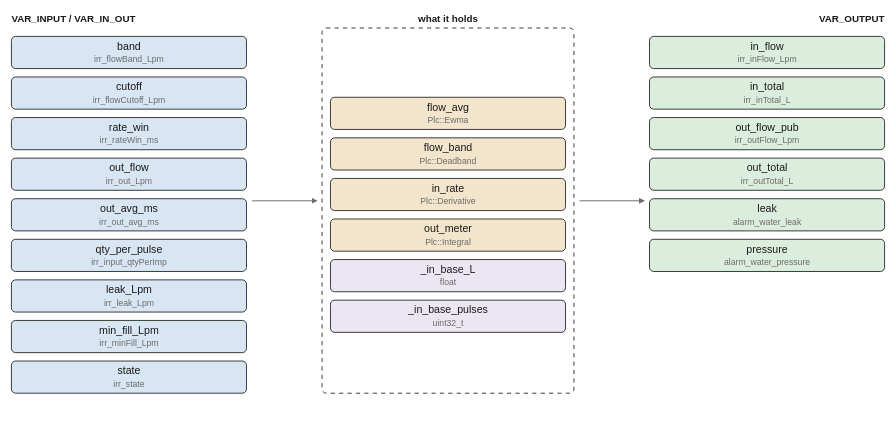
pstch/botanik2 keeps this draw.io diagram as images/logic/irr_meters.drawio.svg. Above is the earlier version. Source tidied: cells renumbered, new cells last; positions are measured from the earlier drawing's top-left corner, leaving out a move shared by most shapes.
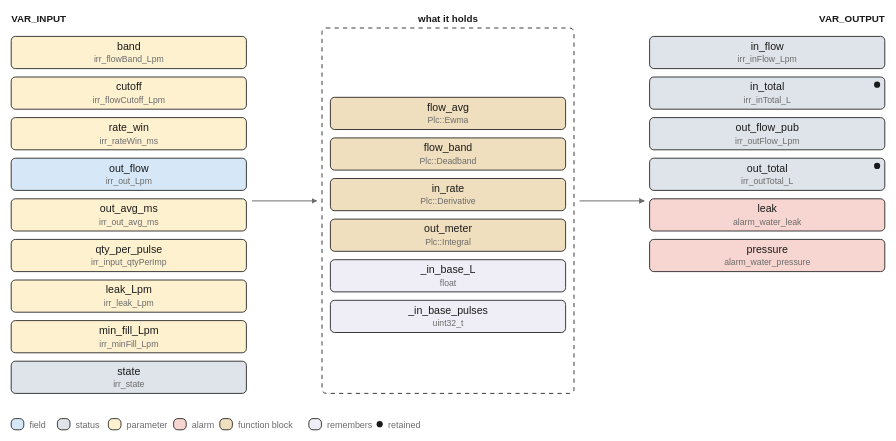
Above is the later version.

What changed in the source:
```diff
@@ -2,8 +2,8 @@
   <root>
     <mxCell id="0" />
     <mxCell id="1" parent="0" />
-    <mxCell id="2" value="VAR_INPUT / VAR_IN_OUT" style="text;html=1;fontSize=7;fontColor=#1a1a1a;align=left;fontStyle=1;" parent="1" vertex="1">
-      <mxGeometry width="110" height="11" as="geometry" />
+    <mxCell id="2" value="VAR_INPUT" style="text;html=1;fontSize=7;fontColor=#1a1a1a;align=left;fontStyle=1;" parent="1" vertex="1">
+      <mxGeometry width="45" height="11" as="geometry" />
     </mxCell>
     <mxCell id="3" value="what it holds" style="text;html=1;fontSize=7;fontColor=#1a1a1a;align=center;fontStyle=1;" parent="1" vertex="1">
       <mxGeometry x="312" width="65" height="11" as="geometry" />
@@ -11,83 +11,131 @@
     <mxCell id="4" value="VAR_OUTPUT" style="text;html=1;fontSize=7;fontColor=#1a1a1a;align=left;fontStyle=1;" parent="1" vertex="1">
       <mxGeometry x="624" width="50" height="11" as="geometry" />
     </mxCell>
-    <mxCell id="5" value="band" style="rounded=1;fillColor=#d8e6f3;strokeColor=#1a1a1a;whiteSpace=wrap;html=1;fontSize=8;" parent="1" vertex="1">
+    <mxCell id="5" value="band" style="rounded=1;fillColor=#fdf1d0;strokeColor=#1a1a1a;whiteSpace=wrap;html=1;fontSize=8;" parent="1" vertex="1">
       <mxGeometry y="17" width="168" height="23" as="geometry" />
     </mxCell>
-    <mxCell id="6" value="cutoff" style="rounded=1;fillColor=#d8e6f3;strokeColor=#1a1a1a;whiteSpace=wrap;html=1;fontSize=8;" parent="1" vertex="1">
+    <mxCell id="6" value="cutoff" style="rounded=1;fillColor=#fdf1d0;strokeColor=#1a1a1a;whiteSpace=wrap;html=1;fontSize=8;" parent="1" vertex="1">
       <mxGeometry y="46" width="168" height="23" as="geometry" />
     </mxCell>
-    <mxCell id="7" value="rate_win" style="rounded=1;fillColor=#d8e6f3;strokeColor=#1a1a1a;whiteSpace=wrap;html=1;fontSize=8;" parent="1" vertex="1">
+    <mxCell id="7" value="rate_win" style="rounded=1;fillColor=#fdf1d0;strokeColor=#1a1a1a;whiteSpace=wrap;html=1;fontSize=8;" parent="1" vertex="1">
       <mxGeometry y="75" width="168" height="23" as="geometry" />
     </mxCell>
-    <mxCell id="8" value="out_flow" style="rounded=1;fillColor=#d8e6f3;strokeColor=#1a1a1a;whiteSpace=wrap;html=1;fontSize=8;" parent="1" vertex="1">
+    <mxCell id="8" value="out_flow" style="rounded=1;fillColor=#d6e8f7;strokeColor=#1a1a1a;whiteSpace=wrap;html=1;fontSize=8;" parent="1" vertex="1">
       <mxGeometry y="104" width="168" height="23" as="geometry" />
     </mxCell>
-    <mxCell id="9" value="out_avg_ms" style="rounded=1;fillColor=#d8e6f3;strokeColor=#1a1a1a;whiteSpace=wrap;html=1;fontSize=8;" parent="1" vertex="1">
+    <mxCell id="9" value="out_avg_ms" style="rounded=1;fillColor=#fdf1d0;strokeColor=#1a1a1a;whiteSpace=wrap;html=1;fontSize=8;" parent="1" vertex="1">
       <mxGeometry y="133" width="168" height="23" as="geometry" />
     </mxCell>
-    <mxCell id="10" value="qty_per_pulse" style="rounded=1;fillColor=#d8e6f3;strokeColor=#1a1a1a;whiteSpace=wrap;html=1;fontSize=8;" parent="1" vertex="1">
+    <mxCell id="10" value="qty_per_pulse" style="rounded=1;fillColor=#fdf1d0;strokeColor=#1a1a1a;whiteSpace=wrap;html=1;fontSize=8;" parent="1" vertex="1">
       <mxGeometry y="162" width="168" height="23" as="geometry" />
     </mxCell>
-    <mxCell id="11" value="leak_Lpm" style="rounded=1;fillColor=#d8e6f3;strokeColor=#1a1a1a;whiteSpace=wrap;html=1;fontSize=8;" parent="1" vertex="1">
+    <mxCell id="11" value="leak_Lpm" style="rounded=1;fillColor=#fdf1d0;strokeColor=#1a1a1a;whiteSpace=wrap;html=1;fontSize=8;" parent="1" vertex="1">
       <mxGeometry y="191" width="168" height="23" as="geometry" />
     </mxCell>
-    <mxCell id="12" value="min_fill_Lpm" style="rounded=1;fillColor=#d8e6f3;strokeColor=#1a1a1a;whiteSpace=wrap;html=1;fontSize=8;" parent="1" vertex="1">
+    <mxCell id="12" value="min_fill_Lpm" style="rounded=1;fillColor=#fdf1d0;strokeColor=#1a1a1a;whiteSpace=wrap;html=1;fontSize=8;" parent="1" vertex="1">
       <mxGeometry y="220" width="168" height="23" as="geometry" />
     </mxCell>
-    <mxCell id="13" value="state" style="rounded=1;fillColor=#d8e6f3;strokeColor=#1a1a1a;whiteSpace=wrap;html=1;fontSize=8;" parent="1" vertex="1">
+    <mxCell id="13" value="state" style="rounded=1;fillColor=#dfe4ea;strokeColor=#1a1a1a;whiteSpace=wrap;html=1;fontSize=8;" parent="1" vertex="1">
       <mxGeometry y="249" width="168" height="23" as="geometry" />
     </mxCell>
-    <mxCell id="14" value="in_flow" style="rounded=1;fillColor=#dbeedd;strokeColor=#1a1a1a;whiteSpace=wrap;html=1;fontSize=8;" parent="1" vertex="1">
+    <mxCell id="14" value="in_flow" style="rounded=1;fillColor=#dfe4ea;strokeColor=#1a1a1a;whiteSpace=wrap;html=1;fontSize=8;" parent="1" vertex="1">
       <mxGeometry x="456" y="17" width="168" height="23" as="geometry" />
     </mxCell>
-    <mxCell id="15" value="in_total" style="rounded=1;fillColor=#dbeedd;strokeColor=#1a1a1a;whiteSpace=wrap;html=1;fontSize=8;" parent="1" vertex="1">
+    <mxCell id="15" value="in_total" style="rounded=1;fillColor=#dfe4ea;strokeColor=#1a1a1a;whiteSpace=wrap;html=1;fontSize=8;" parent="1" vertex="1">
       <mxGeometry x="456" y="46" width="168" height="23" as="geometry" />
     </mxCell>
-    <mxCell id="16" value="out_flow_pub" style="rounded=1;fillColor=#dbeedd;strokeColor=#1a1a1a;whiteSpace=wrap;html=1;fontSize=8;" parent="1" vertex="1">
-      <mxGeometry x="456" y="75" width="168" height="23" as="geometry" />
-    </mxCell>
+    <mxCell id="29" style="ellipse;fillColor=#1a1a1a;strokeColor=none;" parent="1" vertex="1">
+      <mxGeometry x="616.3" y="49.3" width="4.4" height="4.4" as="geometry" />
+    </mxCell>
-    <mxCell id="17" value="out_total" style="rounded=1;fillColor=#dbeedd;strokeColor=#1a1a1a;whiteSpace=wrap;html=1;fontSize=8;" parent="1" vertex="1">
-      <mxGeometry x="456" y="104" width="168" height="23" as="geometry" />
+    <mxCell id="17" value="out_flow_pub" style="rounded=1;fillColor=#dfe4ea;strokeColor=#1a1a1a;whiteSpace=wrap;html=1;fontSize=8;" parent="1" vertex="1">
+      <mxGeometry x="456" y="75" width="168" height="23" as="geometry" />
     </mxCell>
-    <mxCell id="18" value="leak" style="rounded=1;fillColor=#dbeedd;strokeColor=#1a1a1a;whiteSpace=wrap;html=1;fontSize=8;" parent="1" vertex="1">
-      <mxGeometry x="456" y="133" width="168" height="23" as="geometry" />
+    <mxCell id="18" value="out_total" style="rounded=1;fillColor=#dfe4ea;strokeColor=#1a1a1a;whiteSpace=wrap;html=1;fontSize=8;" parent="1" vertex="1">
+      <mxGeometry x="456" y="104" width="168" height="23" as="geometry" />
     </mxCell>
-    <mxCell id="19" value="pressure" style="rounded=1;fillColor=#dbeedd;strokeColor=#1a1a1a;whiteSpace=wrap;html=1;fontSize=8;" parent="1" vertex="1">
-      <mxGeometry x="456" y="162" width="168" height="23" as="geometry" />
-    </mxCell>
+    <mxCell id="30" style="ellipse;fillColor=#1a1a1a;strokeColor=none;" parent="1" vertex="1">
+      <mxGeometry x="616.3" y="107.3" width="4.4" height="4.4" as="geometry" />
+    </mxCell>
-    <mxCell id="20" style="rounded=1;fillColor=#ffffff;strokeColor=#1a1a1a;whiteSpace=wrap;html=1;fontSize=8;dashed=1;" parent="1" vertex="1">
-      <mxGeometry x="222" y="11" width="180" height="261" as="geometry" />
+    <mxCell id="20" value="leak" style="rounded=1;fillColor=#f7d5d1;strokeColor=#1a1a1a;whiteSpace=wrap;html=1;fontSize=8;" parent="1" vertex="1">
+      <mxGeometry x="456" y="133" width="168" height="23" as="geometry" />
     </mxCell>
-    <mxCell id="21" value="flow_avg" style="rounded=1;fillColor=#f2e5cc;strokeColor=#1a1a1a;whiteSpace=wrap;html=1;fontSize=8;" parent="1" vertex="1">
-      <mxGeometry x="228" y="60.5" width="168" height="23" as="geometry" />
+    <mxCell id="21" value="pressure" style="rounded=1;fillColor=#f7d5d1;strokeColor=#1a1a1a;whiteSpace=wrap;html=1;fontSize=8;" parent="1" vertex="1">
+      <mxGeometry x="456" y="162" width="168" height="23" as="geometry" />
     </mxCell>
-    <mxCell id="22" value="flow_band" style="rounded=1;fillColor=#f2e5cc;strokeColor=#1a1a1a;whiteSpace=wrap;html=1;fontSize=8;" parent="1" vertex="1">
-      <mxGeometry x="228" y="89.5" width="168" height="23" as="geometry" />
+    <mxCell id="22" style="rounded=1;fillColor=#ffffff;strokeColor=#1a1a1a;whiteSpace=wrap;html=1;fontSize=8;dashed=1;" parent="1" vertex="1">
+      <mxGeometry x="222" y="11" width="180" height="261" as="geometry" />
     </mxCell>
-    <mxCell id="23" value="in_rate" style="rounded=1;fillColor=#f2e5cc;strokeColor=#1a1a1a;whiteSpace=wrap;html=1;fontSize=8;" parent="1" vertex="1">
-      <mxGeometry x="228" y="118.5" width="168" height="23" as="geometry" />
+    <mxCell id="23" value="flow_avg" style="rounded=1;fillColor=#f0dfbe;strokeColor=#1a1a1a;whiteSpace=wrap;html=1;fontSize=8;" parent="1" vertex="1">
+      <mxGeometry x="228" y="60.5" width="168" height="23" as="geometry" />
     </mxCell>
-    <mxCell id="24" value="out_meter" style="rounded=1;fillColor=#f2e5cc;strokeColor=#1a1a1a;whiteSpace=wrap;html=1;fontSize=8;" parent="1" vertex="1">
-      <mxGeometry x="228" y="147.5" width="168" height="23" as="geometry" />
+    <mxCell id="24" value="flow_band" style="rounded=1;fillColor=#f0dfbe;strokeColor=#1a1a1a;whiteSpace=wrap;html=1;fontSize=8;" parent="1" vertex="1">
+      <mxGeometry x="228" y="89.5" width="168" height="23" as="geometry" />
     </mxCell>
-    <mxCell id="25" value="_in_base_L" style="rounded=1;fillColor=#ece6f2;strokeColor=#1a1a1a;whiteSpace=wrap;html=1;fontSize=8;" parent="1" vertex="1">
-      <mxGeometry x="228" y="176.5" width="168" height="23" as="geometry" />
+    <mxCell id="25" value="in_rate" style="rounded=1;fillColor=#f0dfbe;strokeColor=#1a1a1a;whiteSpace=wrap;html=1;fontSize=8;" parent="1" vertex="1">
+      <mxGeometry x="228" y="118.5" width="168" height="23" as="geometry" />
     </mxCell>
-    <mxCell id="26" value="_in_base_pulses" style="rounded=1;fillColor=#ece6f2;strokeColor=#1a1a1a;whiteSpace=wrap;html=1;fontSize=8;" parent="1" vertex="1">
-      <mxGeometry x="228" y="205.5" width="168" height="23" as="geometry" />
+    <mxCell id="26" value="out_meter" style="rounded=1;fillColor=#f0dfbe;strokeColor=#1a1a1a;whiteSpace=wrap;html=1;fontSize=8;" parent="1" vertex="1">
+      <mxGeometry x="228" y="147.5" width="168" height="23" as="geometry" />
     </mxCell>
-    <mxCell id="27" style="edgeStyle=none;html=1;strokeColor=#6b6b6b;endArrow=block;" parent="1" edge="1">
-      <mxGeometry relative="1" as="geometry">
-        <mxPoint x="172" y="134.5" as="sourcePoint" />
-        <mxPoint x="218" y="134.5" as="targetPoint" />
-      </mxGeometry>
-    </mxCell>
-    <mxCell id="28" style="edgeStyle=none;html=1;strokeColor=#6b6b6b;endArrow=block;" parent="1" edge="1">
-      <mxGeometry relative="1" as="geometry">
-        <mxPoint x="406" y="134.5" as="sourcePoint" />
-        <mxPoint x="452" y="134.5" as="targetPoint" />
-      </mxGeometry>
-    </mxCell>
+    <mxCell id="31" value="_in_base_L" style="rounded=1;fillColor=#efeef6;strokeColor=#1a1a1a;whiteSpace=wrap;html=1;fontSize=8;" parent="1" vertex="1">
+      <mxGeometry x="228" y="176.5" width="168" height="23" as="geometry" />
+    </mxCell>
+    <mxCell id="32" value="_in_base_pulses" style="rounded=1;fillColor=#efeef6;strokeColor=#1a1a1a;whiteSpace=wrap;html=1;fontSize=8;" parent="1" vertex="1">
+      <mxGeometry x="228" y="205.5" width="168" height="23" as="geometry" />
+    </mxCell>
+    <mxCell id="33" style="edgeStyle=none;html=1;strokeColor=#6b6b6b;endArrow=block;" parent="1" edge="1">
+      <mxGeometry relative="1" as="geometry">
+        <mxPoint x="172" y="134.5" as="sourcePoint" />
+        <mxPoint x="218" y="134.5" as="targetPoint" />
+      </mxGeometry>
+    </mxCell>
+    <mxCell id="34" style="edgeStyle=none;html=1;strokeColor=#6b6b6b;endArrow=block;" parent="1" edge="1">
+      <mxGeometry relative="1" as="geometry">
+        <mxPoint x="406" y="134.5" as="sourcePoint" />
+        <mxPoint x="452" y="134.5" as="targetPoint" />
+      </mxGeometry>
+    </mxCell>
+    <mxCell id="35" style="rounded=1;fillColor=#d6e8f7;strokeColor=#1a1a1a;whiteSpace=wrap;html=1;fontSize=8;" parent="1" vertex="1">
+      <mxGeometry y="290" width="9" height="8" as="geometry" />
+    </mxCell>
+    <mxCell id="36" value="field" style="text;html=1;fontSize=6;fontColor=#6b6b6b;align=left;" parent="1" vertex="1">
+      <mxGeometry x="13" y="290.6" width="40" height="10.4" as="geometry" />
+    </mxCell>
+    <mxCell id="37" style="rounded=1;fillColor=#dfe4ea;strokeColor=#1a1a1a;whiteSpace=wrap;html=1;fontSize=8;" parent="1" vertex="1">
+      <mxGeometry x="33" y="290" width="9" height="8" as="geometry" />
+    </mxCell>
+    <mxCell id="38" value="status" style="text;html=1;fontSize=6;fontColor=#6b6b6b;align=left;" parent="1" vertex="1">
+      <mxGeometry x="46" y="290.6" width="40" height="10.4" as="geometry" />
+    </mxCell>
+    <mxCell id="39" style="rounded=1;fillColor=#fdf1d0;strokeColor=#1a1a1a;whiteSpace=wrap;html=1;fontSize=8;" parent="1" vertex="1">
+      <mxGeometry x="69.4" y="290" width="9" height="8" as="geometry" />
+    </mxCell>
+    <mxCell id="40" value="parameter" style="text;html=1;fontSize=6;fontColor=#6b6b6b;align=left;" parent="1" vertex="1">
+      <mxGeometry x="82.4" y="290.6" width="45" height="10.4" as="geometry" />
+    </mxCell>
+    <mxCell id="41" style="rounded=1;fillColor=#f7d5d1;strokeColor=#1a1a1a;whiteSpace=wrap;html=1;fontSize=8;" parent="1" vertex="1">
+      <mxGeometry x="116" y="290" width="9" height="8" as="geometry" />
+    </mxCell>
+    <mxCell id="42" value="alarm" style="text;html=1;fontSize=6;fontColor=#6b6b6b;align=left;" parent="1" vertex="1">
+      <mxGeometry x="129" y="290.6" width="40" height="10.4" as="geometry" />
+    </mxCell>
+    <mxCell id="43" style="rounded=1;fillColor=#f0dfbe;strokeColor=#1a1a1a;whiteSpace=wrap;html=1;fontSize=8;" parent="1" vertex="1">
+      <mxGeometry x="149" y="290" width="9" height="8" as="geometry" />
+    </mxCell>
+    <mxCell id="44" value="function block" style="text;html=1;fontSize=6;fontColor=#6b6b6b;align=left;" parent="1" vertex="1">
+      <mxGeometry x="162" y="290.6" width="70" height="10.4" as="geometry" />
+    </mxCell>
+    <mxCell id="45" style="rounded=1;fillColor=#efeef6;strokeColor=#1a1a1a;whiteSpace=wrap;html=1;fontSize=8;" parent="1" vertex="1">
+      <mxGeometry x="212.6" y="290" width="9" height="8" as="geometry" />
+    </mxCell>
+    <mxCell id="46" value="remembers" style="text;html=1;fontSize=6;fontColor=#6b6b6b;align=left;" parent="1" vertex="1">
+      <mxGeometry x="225.6" y="290.6" width="45" height="10.4" as="geometry" />
+    </mxCell>
+    <mxCell id="47" style="ellipse;fillColor=#1a1a1a;strokeColor=none;" parent="1" vertex="1">
+      <mxGeometry x="261" y="291.8" width="4.4" height="4.4" as="geometry" />
+    </mxCell>
+    <mxCell id="48" value="retained" style="text;html=1;fontSize=6;fontColor=#6b6b6b;align=left;" parent="1" vertex="1">
+      <mxGeometry x="269.2" y="290.6" width="40" height="10.4" as="geometry" />
+    </mxCell>
   </root>
 </mxGraphModel>
```
